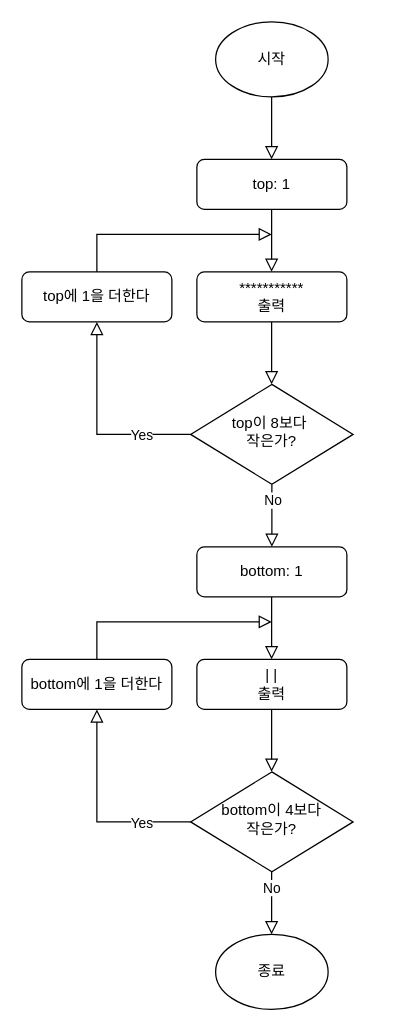
The draw.io diagram step2_순서도.drawio in yumin43/swift-starter-Round1, before the edit. Source tidied: cells renumbered, new cells numbered last; positions are measured from the earlier drawing's top-left corner, leaving out a move shared by most shapes. Both pictures are drawn from the tidied source at 125%, with x=0, y=0 at pixel (21, 21).
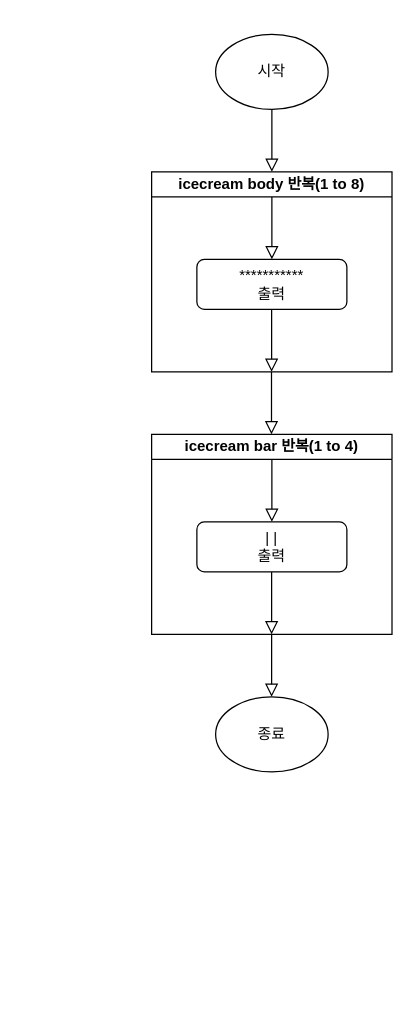
After the change.

Commit message (it also covers changes not shown here):
[Round1] Step2

The edit, as a diff of the source:
```diff
@@
-    <mxCell id="2" value="top: 1" style="rounded=1;whiteSpace=wrap;html=1;fontSize=12;glass=0;strokeWidth=1;shadow=0;" parent="1" vertex="1">
-      <mxGeometry x="140" y="110" width="120" height="40" as="geometry" />
-    </mxCell>
-    <mxCell id="3" value="top이 8보다&amp;nbsp;&lt;div&gt;작은가?&lt;/div&gt;" style="rhombus;whiteSpace=wrap;html=1;shadow=0;fontFamily=Helvetica;fontSize=12;align=center;strokeWidth=1;spacing=6;spacingTop=-4;" parent="1" vertex="1">
-      <mxGeometry x="135" y="290" width="130" height="80" as="geometry" />
-    </mxCell>
     <mxCell id="4" value="시작" style="ellipse;whiteSpace=wrap;html=1;" parent="1" vertex="1">
-      <mxGeometry x="155" width="90" height="60" as="geometry" />
+      <mxGeometry x="155" y="10" width="90" height="60" as="geometry" />
     </mxCell>
-    <mxCell id="5" style="rounded=0;html=1;jettySize=auto;orthogonalLoop=1;fontSize=11;endArrow=block;endFill=0;endSize=8;strokeWidth=1;shadow=0;labelBackgroundColor=none;edgeStyle=orthogonalEdgeStyle;" parent="1" edge="1">
-      <mxGeometry relative="1" as="geometry">
-        <mxPoint x="199.8" y="60" as="sourcePoint" />
-        <mxPoint x="199.8" y="110" as="targetPoint" />
-      </mxGeometry>
-    </mxCell>
+    <mxCell id="26" value="종료" style="ellipse;whiteSpace=wrap;html=1;" parent="1" vertex="1">
+      <mxGeometry x="155" y="540" width="90" height="60" as="geometry" />
+    </mxCell>
+    <mxCell id="27" value="icecream body 반복(1 to 8)" style="swimlane;whiteSpace=wrap;html=1;startSize=20;" parent="1" vertex="1">
+      <mxGeometry x="103.8" y="120" width="192.3" height="160" as="geometry" />
+    </mxCell>
-    <mxCell id="6" value="***********&lt;div&gt;출력&lt;/div&gt;" style="rounded=1;whiteSpace=wrap;html=1;fontSize=12;glass=0;strokeWidth=1;shadow=0;" parent="1" vertex="1">
-      <mxGeometry x="140" y="200" width="120" height="40" as="geometry" />
+    <mxCell id="6" value="***********&lt;div&gt;출력&lt;/div&gt;" style="rounded=1;whiteSpace=wrap;html=1;fontSize=12;glass=0;strokeWidth=1;shadow=0;" parent="27" vertex="1">
+      <mxGeometry x="36.2" y="70" width="120" height="40" as="geometry" />
     </mxCell>
-    <mxCell id="7" style="rounded=0;html=1;jettySize=auto;orthogonalLoop=1;fontSize=11;endArrow=block;endFill=0;endSize=8;strokeWidth=1;shadow=0;labelBackgroundColor=none;edgeStyle=orthogonalEdgeStyle;" parent="1" edge="1">
-      <mxGeometry relative="1" as="geometry">
-        <mxPoint x="199.8" y="150" as="sourcePoint" />
-        <mxPoint x="199.8" y="200" as="targetPoint" />
-        <Array as="points">
-          <mxPoint x="200.1" y="190" />
-          <mxPoint x="200.1" y="190" />
-        </Array>
-      </mxGeometry>
-    </mxCell>
-    <mxCell id="8" style="rounded=0;html=1;jettySize=auto;orthogonalLoop=1;fontSize=11;endArrow=block;endFill=0;endSize=8;strokeWidth=1;shadow=0;labelBackgroundColor=none;edgeStyle=orthogonalEdgeStyle;" parent="1" edge="1">
-      <mxGeometry relative="1" as="geometry">
-        <mxPoint x="199.8" y="240" as="sourcePoint" />
-        <mxPoint x="199.8" y="290" as="targetPoint" />
-        <Array as="points">
-          <mxPoint x="200" y="280" />
-          <mxPoint x="200" y="280" />
-        </Array>
-      </mxGeometry>
-    </mxCell>
-    <mxCell id="9" value="top에 1을 더한다" style="rounded=1;whiteSpace=wrap;html=1;fontSize=12;glass=0;strokeWidth=1;shadow=0;" parent="1" vertex="1">
-      <mxGeometry y="200" width="120" height="40" as="geometry" />
-    </mxCell>
-    <mxCell id="10" style="rounded=0;html=1;jettySize=auto;fontSize=11;endArrow=block;endFill=0;endSize=8;strokeWidth=1;shadow=0;labelBackgroundColor=none;edgeStyle=orthogonalEdgeStyle;entryX=0.5;entryY=1;entryDx=0;entryDy=0;" parent="1" edge="1" target="9">
-      <mxGeometry relative="1" as="geometry">
-        <mxPoint x="135" y="330" as="sourcePoint" />
-        <Array as="points">
-          <mxPoint x="60" y="330" />
-        </Array>
-      </mxGeometry>
-    </mxCell>
-    <mxCell id="11" value="Yes" style="edgeLabel;html=1;align=center;verticalAlign=middle;" parent="10" vertex="1">
-      <mxGeometry x="-0.52" relative="1" as="geometry" />
-    </mxCell>
-    <mxCell id="12" style="rounded=0;html=1;jettySize=auto;fontSize=11;endArrow=block;endFill=0;endSize=8;strokeWidth=1;shadow=0;labelBackgroundColor=none;edgeStyle=orthogonalEdgeStyle;exitX=0.5;exitY=0;exitDx=0;exitDy=0;" parent="1" edge="1" source="9">
-      <mxGeometry relative="1" as="geometry">
-        <mxPoint x="200" y="170" as="targetPoint" />
-        <Array as="points">
-          <mxPoint x="60" y="170" />
-        </Array>
-      </mxGeometry>
-    </mxCell>
-    <mxCell id="13" value="bottom: 1" style="rounded=1;whiteSpace=wrap;html=1;fontSize=12;glass=0;strokeWidth=1;shadow=0;" parent="1" vertex="1">
-      <mxGeometry x="140" y="420" width="120" height="40" as="geometry" />
-    </mxCell>
-    <mxCell id="14" style="rounded=0;html=1;jettySize=auto;fontSize=11;endArrow=block;endFill=0;endSize=8;strokeWidth=1;shadow=0;labelBackgroundColor=none;edgeStyle=orthogonalEdgeStyle;entryX=0.5;entryY=0;entryDx=0;entryDy=0;" parent="1" edge="1" target="13">
-      <mxGeometry relative="1" as="geometry">
-        <mxPoint x="200" y="370" as="sourcePoint" />
-        <Array as="points">
-          <mxPoint x="200" y="370" />
-        </Array>
-      </mxGeometry>
-    </mxCell>
-    <mxCell id="15" value="No" style="edgeLabel;html=1;align=center;verticalAlign=middle;" parent="14" vertex="1">
-      <mxGeometry x="-0.52" relative="1" as="geometry" />
-    </mxCell>
+    <mxCell id="28" style="rounded=0;html=1;jettySize=auto;orthogonalLoop=1;fontSize=11;endArrow=block;endFill=0;endSize=8;strokeWidth=1;shadow=0;labelBackgroundColor=none;edgeStyle=orthogonalEdgeStyle;" parent="27" edge="1">
+      <mxGeometry relative="1" as="geometry">
+        <mxPoint x="96.2" y="20" as="sourcePoint" />
+        <mxPoint x="96.2" y="70" as="targetPoint" />
+      </mxGeometry>
+    </mxCell>
+    <mxCell id="29" style="rounded=0;html=1;jettySize=auto;orthogonalLoop=1;fontSize=11;endArrow=block;endFill=0;endSize=8;strokeWidth=1;shadow=0;labelBackgroundColor=none;edgeStyle=orthogonalEdgeStyle;" parent="27" edge="1">
+      <mxGeometry relative="1" as="geometry">
+        <mxPoint x="96" y="110" as="sourcePoint" />
+        <mxPoint x="96" y="160" as="targetPoint" />
+      </mxGeometry>
+    </mxCell>
+    <mxCell id="30" style="rounded=0;html=1;jettySize=auto;orthogonalLoop=1;fontSize=11;endArrow=block;endFill=0;endSize=8;strokeWidth=1;shadow=0;labelBackgroundColor=none;edgeStyle=orthogonalEdgeStyle;" parent="1" edge="1">
+      <mxGeometry relative="1" as="geometry">
+        <mxPoint x="200" y="70" as="sourcePoint" />
+        <mxPoint x="200" y="120" as="targetPoint" />
+      </mxGeometry>
+    </mxCell>
+    <mxCell id="31" style="rounded=0;html=1;jettySize=auto;orthogonalLoop=1;fontSize=11;endArrow=block;endFill=0;endSize=8;strokeWidth=1;shadow=0;labelBackgroundColor=none;edgeStyle=orthogonalEdgeStyle;" parent="1" edge="1">
+      <mxGeometry relative="1" as="geometry">
+        <mxPoint x="199.7" y="280" as="sourcePoint" />
+        <mxPoint x="199.7" y="330" as="targetPoint" />
+      </mxGeometry>
+    </mxCell>
+    <mxCell id="32" value="icecream bar 반복(1 to 4)" style="swimlane;whiteSpace=wrap;html=1;startSize=20;" parent="1" vertex="1">
+      <mxGeometry x="103.8" y="330" width="192.3" height="160" as="geometry" />
+    </mxCell>
+    <mxCell id="33" style="rounded=0;html=1;jettySize=auto;orthogonalLoop=1;fontSize=11;endArrow=block;endFill=0;endSize=8;strokeWidth=1;shadow=0;labelBackgroundColor=none;edgeStyle=orthogonalEdgeStyle;" parent="32" edge="1">
+      <mxGeometry relative="1" as="geometry">
+        <mxPoint x="96.2" y="20" as="sourcePoint" />
+        <mxPoint x="96.2" y="70" as="targetPoint" />
+      </mxGeometry>
+    </mxCell>
+    <mxCell id="34" style="rounded=0;html=1;jettySize=auto;orthogonalLoop=1;fontSize=11;endArrow=block;endFill=0;endSize=8;strokeWidth=1;shadow=0;labelBackgroundColor=none;edgeStyle=orthogonalEdgeStyle;" parent="32" edge="1">
+      <mxGeometry relative="1" as="geometry">
+        <mxPoint x="96" y="110" as="sourcePoint" />
+        <mxPoint x="96" y="160" as="targetPoint" />
+      </mxGeometry>
+    </mxCell>
-    <mxCell id="16" value="&lt;div&gt;&amp;nbsp; &amp;nbsp; | |&amp;nbsp; &amp;nbsp;&amp;nbsp;&lt;br&gt;출력&lt;/div&gt;" style="rounded=1;whiteSpace=wrap;html=1;fontSize=12;glass=0;strokeWidth=1;shadow=0;" parent="1" vertex="1">
-      <mxGeometry x="140" y="510" width="120" height="40" as="geometry" />
+    <mxCell id="16" value="&lt;div&gt;&amp;nbsp; &amp;nbsp; | |&amp;nbsp; &amp;nbsp;&amp;nbsp;&lt;br&gt;출력&lt;/div&gt;" style="rounded=1;whiteSpace=wrap;html=1;fontSize=12;glass=0;strokeWidth=1;shadow=0;" parent="32" vertex="1">
+      <mxGeometry x="36.2" y="70" width="120" height="40" as="geometry" />
     </mxCell>
-    <mxCell id="17" style="rounded=0;html=1;jettySize=auto;orthogonalLoop=1;fontSize=11;endArrow=block;endFill=0;endSize=8;strokeWidth=1;shadow=0;labelBackgroundColor=none;edgeStyle=orthogonalEdgeStyle;" parent="1" edge="1">
-      <mxGeometry relative="1" as="geometry">
-        <mxPoint x="199.8" y="460" as="sourcePoint" />
-        <mxPoint x="199.8" y="510" as="targetPoint" />
-        <Array as="points">
-          <mxPoint x="200" y="500" />
-          <mxPoint x="200" y="500" />
-        </Array>
-      </mxGeometry>
-    </mxCell>
-    <mxCell id="18" value="bottom이 4보다&lt;div&gt;작은가?&lt;/div&gt;" style="rhombus;whiteSpace=wrap;html=1;shadow=0;fontFamily=Helvetica;fontSize=12;align=center;strokeWidth=1;spacing=6;spacingTop=-4;" parent="1" vertex="1">
-      <mxGeometry x="135" y="600" width="130" height="80" as="geometry" />
-    </mxCell>
-    <mxCell id="19" style="rounded=0;html=1;jettySize=auto;orthogonalLoop=1;fontSize=11;endArrow=block;endFill=0;endSize=8;strokeWidth=1;shadow=0;labelBackgroundColor=none;edgeStyle=orthogonalEdgeStyle;entryX=0.5;entryY=1;entryDx=0;entryDy=0;" parent="1" edge="1">
-      <mxGeometry relative="1" as="geometry">
-        <mxPoint x="135" y="640" as="sourcePoint" />
-        <mxPoint x="60" y="550" as="targetPoint" />
-        <Array as="points">
-          <mxPoint x="60" y="640" />
-        </Array>
-      </mxGeometry>
-    </mxCell>
-    <mxCell id="20" value="Yes" style="edgeLabel;html=1;align=center;verticalAlign=middle;" parent="19" vertex="1">
-      <mxGeometry x="-0.52" relative="1" as="geometry" />
-    </mxCell>
-    <mxCell id="21" value="bottom에 1을 더한다" style="rounded=1;whiteSpace=wrap;html=1;fontSize=12;glass=0;strokeWidth=1;shadow=0;" parent="1" vertex="1">
-      <mxGeometry y="510" width="120" height="40" as="geometry" />
-    </mxCell>
-    <mxCell id="22" style="rounded=0;html=1;jettySize=auto;orthogonalLoop=1;fontSize=11;endArrow=block;endFill=0;endSize=8;strokeWidth=1;shadow=0;labelBackgroundColor=none;edgeStyle=orthogonalEdgeStyle;exitX=0.5;exitY=0;exitDx=0;exitDy=0;" parent="1" edge="1">
-      <mxGeometry relative="1" as="geometry">
-        <mxPoint x="60" y="510" as="sourcePoint" />
-        <mxPoint x="200" y="480" as="targetPoint" />
-        <Array as="points">
-          <mxPoint x="60" y="480" />
-        </Array>
-      </mxGeometry>
-    </mxCell>
-    <mxCell id="23" style="rounded=0;html=1;jettySize=auto;orthogonalLoop=1;fontSize=11;endArrow=block;endFill=0;endSize=8;strokeWidth=1;shadow=0;labelBackgroundColor=none;edgeStyle=orthogonalEdgeStyle;" parent="1" edge="1">
-      <mxGeometry relative="1" as="geometry">
-        <mxPoint x="199.8" y="550" as="sourcePoint" />
-        <mxPoint x="199.8" y="600" as="targetPoint" />
-        <Array as="points">
-          <mxPoint x="200.1" y="590" />
-          <mxPoint x="200.1" y="590" />
-        </Array>
-      </mxGeometry>
-    </mxCell>
-    <mxCell id="24" style="rounded=0;html=1;jettySize=auto;orthogonalLoop=1;fontSize=11;endArrow=block;endFill=0;endSize=8;strokeWidth=1;shadow=0;labelBackgroundColor=none;edgeStyle=orthogonalEdgeStyle;entryX=0.5;entryY=0;entryDx=0;entryDy=0;" parent="1" edge="1">
-      <mxGeometry relative="1" as="geometry">
-        <mxPoint x="199.8" y="680" as="sourcePoint" />
-        <mxPoint x="199.8" y="730" as="targetPoint" />
-        <Array as="points">
-          <mxPoint x="199.8" y="680" />
-        </Array>
-      </mxGeometry>
-    </mxCell>
-    <mxCell id="25" value="No" style="edgeLabel;html=1;align=center;verticalAlign=middle;" parent="24" vertex="1">
-      <mxGeometry x="-0.52" relative="1" as="geometry" />
-    </mxCell>
-    <mxCell id="26" value="종료" style="ellipse;whiteSpace=wrap;html=1;" parent="1" vertex="1">
-      <mxGeometry x="155" y="730" width="90" height="60" as="geometry" />
-    </mxCell>
+    <mxCell id="35" style="rounded=0;html=1;jettySize=auto;orthogonalLoop=1;fontSize=11;endArrow=block;endFill=0;endSize=8;strokeWidth=1;shadow=0;labelBackgroundColor=none;edgeStyle=orthogonalEdgeStyle;" parent="1" edge="1">
+      <mxGeometry relative="1" as="geometry">
+        <mxPoint x="199.8" y="490" as="sourcePoint" />
+        <mxPoint x="199.8" y="540" as="targetPoint" />
+      </mxGeometry>
+    </mxCell>
```
